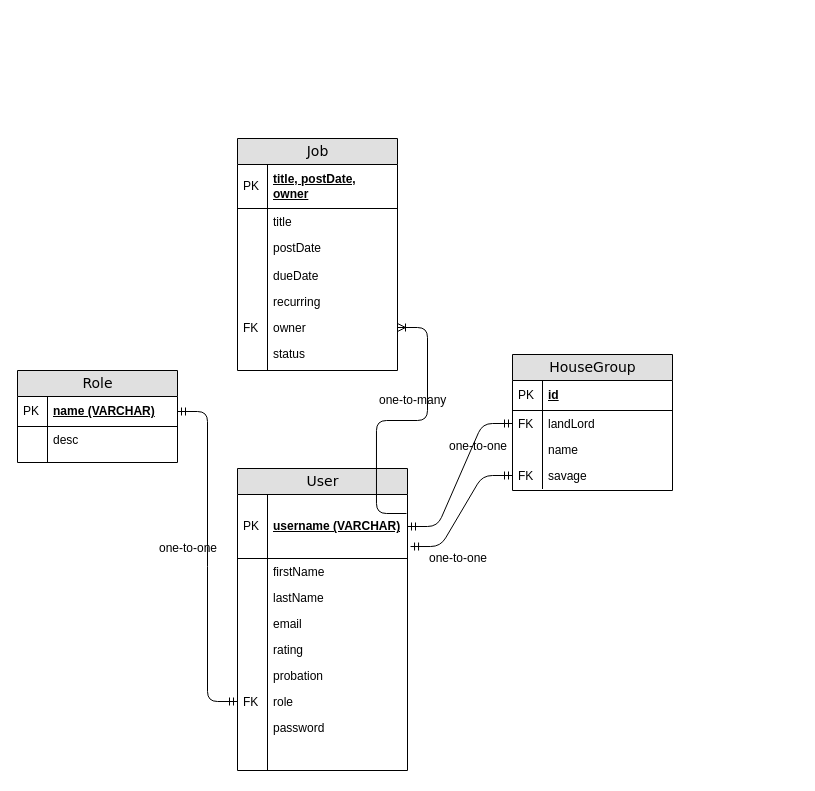
Before: documentation/Untitled Diagram.drawio in dsi28/savagez, a draw.io diagram. Source tidied: cells renumbered, new cells numbered last; positions are measured from the earlier drawing's top-left corner, leaving out a move shared by most shapes. Both pictures are drawn from the tidied source at 100%, with x=0, y=0 at pixel (17, 138).
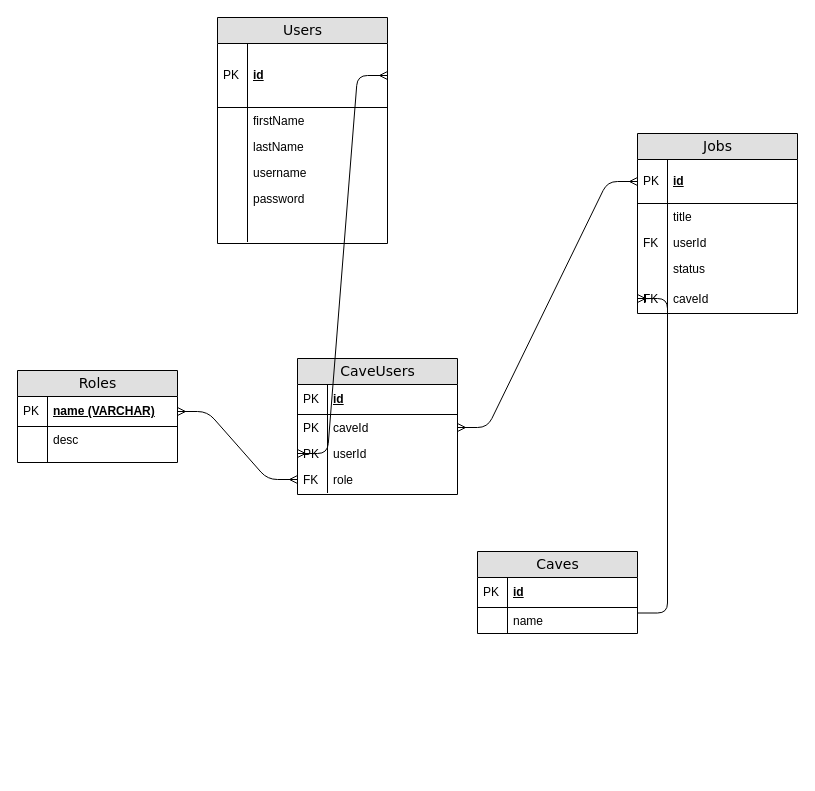
The same page after the edit.

Commit message (it also covers changes not shown here):
change seqeulize model associations. user-cave many to many using CaveUser. CaveUser-role one to one. user-job one to many. cave-job one to many.

Unchanged cells that the change refers to:
```xml
<mxCell id="46" value="name (VARCHAR)" style="shape=partialRectangle;top=0;left=0;right=0;bottom=1;html=1;align=left;verticalAlign=middle;fillColor=none;spacingLeft=34;spacingRight=4;whiteSpace=wrap;overflow=hidden;points=[[0,0.5],[1,0.5]];portConstraint=eastwest;fontStyle=5;" parent="45" vertex="1">
  <mxGeometry y="26" width="160" height="30" as="geometry" />
</mxCell>
```

What changed in the source:
```diff
@@
-    <mxCell id="2" value="HouseGroup" style="swimlane;html=1;fontStyle=0;horizontal=1;startSize=26;fillColor=#e0e0e0;swimlaneFillColor=#ffffff;align=center;rounded=0;shadow=0;comic=0;labelBackgroundColor=none;strokeColor=#000000;strokeWidth=1;fontFamily=Verdana;fontSize=14;fontColor=#000000;swimlaneLine=1;" parent="1" vertex="1">
-      <mxGeometry x="495" y="216" width="160" height="136" as="geometry" />
+    <mxCell id="2" value="Caves" style="swimlane;html=1;fontStyle=0;horizontal=1;startSize=26;fillColor=#e0e0e0;swimlaneFillColor=#ffffff;align=center;rounded=0;shadow=0;comic=0;labelBackgroundColor=none;strokeColor=#000000;strokeWidth=1;fontFamily=Verdana;fontSize=14;fontColor=#000000;swimlaneLine=1;" parent="1" vertex="1">
+      <mxGeometry x="460" y="413" width="160" height="82" as="geometry" />
     </mxCell>
@@
-    <mxCell id="5" value="landLord" style="shape=partialRectangle;top=0;left=0;right=0;bottom=0;html=1;align=left;verticalAlign=top;fillColor=none;spacingLeft=34;spacingRight=4;whiteSpace=wrap;overflow=hidden;points=[[0,0.5],[1,0.5]];portConstraint=eastwest;" parent="2" vertex="1">
-      <mxGeometry y="56" width="160" height="26" as="geometry" />
-    </mxCell>
-    <mxCell id="6" value="FK" style="shape=partialRectangle;top=0;left=0;bottom=0;html=1;fillColor=none;align=left;verticalAlign=top;spacingLeft=4;spacingRight=4;whiteSpace=wrap;overflow=hidden;" parent="5" vertex="1">
-      <mxGeometry width="30" height="26" as="geometry" />
-    </mxCell>
     <mxCell id="7" value="name" style="shape=partialRectangle;top=0;left=0;right=0;bottom=0;html=1;align=left;verticalAlign=top;fillColor=none;spacingLeft=34;spacingRight=4;whiteSpace=wrap;overflow=hidden;" parent="2" vertex="1">
-      <mxGeometry y="82" width="160" height="26" as="geometry" />
+      <mxGeometry y="56" width="160" height="26" as="geometry" />
     </mxCell>
@@
-    <mxCell id="9" value="savage" style="shape=partialRectangle;top=0;left=0;right=0;bottom=0;html=1;align=left;verticalAlign=top;fillColor=none;spacingLeft=34;spacingRight=4;whiteSpace=wrap;overflow=hidden;points=[[0,0.5],[1,0.5]];portConstraint=eastwest;" parent="2" vertex="1">
-      <mxGeometry y="108" width="160" height="26" as="geometry" />
-    </mxCell>
-    <mxCell id="10" value="FK" style="shape=partialRectangle;top=0;left=0;bottom=0;html=1;fillColor=none;align=left;verticalAlign=top;spacingLeft=4;spacingRight=4;whiteSpace=wrap;overflow=hidden;" parent="9" vertex="1">
-      <mxGeometry width="30" height="26" as="geometry" />
-    </mxCell>
-    <mxCell id="11" value="User" style="swimlane;html=1;fontStyle=0;horizontal=1;startSize=26;fillColor=#e0e0e0;swimlaneFillColor=#ffffff;align=center;rounded=0;shadow=0;comic=0;labelBackgroundColor=none;strokeColor=#000000;strokeWidth=1;fontFamily=Verdana;fontSize=14;fontColor=#000000;" parent="1" vertex="1">
-      <mxGeometry x="220" y="330" width="170" height="302" as="geometry" />
+    <mxCell id="11" value="Users" style="swimlane;html=1;fontStyle=0;horizontal=1;startSize=26;fillColor=#e0e0e0;swimlaneFillColor=#ffffff;align=center;rounded=0;shadow=0;comic=0;labelBackgroundColor=none;strokeColor=#000000;strokeWidth=1;fontFamily=Verdana;fontSize=14;fontColor=#000000;" parent="1" vertex="1">
+      <mxGeometry x="200" y="-121" width="170" height="226" as="geometry" />
     </mxCell>
-    <mxCell id="12" value="username (VARCHAR)" style="shape=partialRectangle;top=0;left=0;right=0;bottom=1;html=1;align=left;verticalAlign=middle;fillColor=none;spacingLeft=34;spacingRight=4;whiteSpace=wrap;overflow=hidden;points=[[0,0.5],[1,0.5]];portConstraint=eastwest;fontStyle=5;" parent="11" vertex="1">
+    <mxCell id="12" value="id" style="shape=partialRectangle;top=0;left=0;right=0;bottom=1;html=1;align=left;verticalAlign=middle;fillColor=none;spacingLeft=34;spacingRight=4;whiteSpace=wrap;overflow=hidden;points=[[0,0.5],[1,0.5]];portConstraint=eastwest;fontStyle=5;" parent="11" vertex="1">
       <mxGeometry y="26" width="170" height="64" as="geometry" />
     </mxCell>
@@
-    <mxCell id="18" value="email" style="shape=partialRectangle;top=0;left=0;right=0;bottom=0;html=1;align=left;verticalAlign=top;fillColor=none;spacingLeft=34;spacingRight=4;whiteSpace=wrap;overflow=hidden;" parent="11" vertex="1">
+    <mxCell id="18" value="username" style="shape=partialRectangle;top=0;left=0;right=0;bottom=0;html=1;align=left;verticalAlign=top;fillColor=none;spacingLeft=34;spacingRight=4;whiteSpace=wrap;overflow=hidden;" parent="11" vertex="1">
       <mxGeometry y="142" width="170" height="26" as="geometry" />
     </mxCell>
@@
-    <mxCell id="20" value="rating" style="shape=partialRectangle;top=0;left=0;right=0;bottom=0;html=1;align=left;verticalAlign=top;fillColor=none;spacingLeft=34;spacingRight=4;whiteSpace=wrap;overflow=hidden;" parent="11" vertex="1">
-      <mxGeometry y="168" width="170" height="26" as="geometry" />
-    </mxCell>
-    <mxCell id="21" style="shape=partialRectangle;top=0;left=0;bottom=0;html=1;fillColor=none;align=left;verticalAlign=top;spacingLeft=4;spacingRight=4;whiteSpace=wrap;overflow=hidden;" parent="20" vertex="1">
-      <mxGeometry width="30" height="26" as="geometry" />
-    </mxCell>
-    <mxCell id="22" value="probation" style="shape=partialRectangle;top=0;left=0;right=0;bottom=0;html=1;align=left;verticalAlign=top;fillColor=none;spacingLeft=34;spacingRight=4;whiteSpace=wrap;overflow=hidden;" parent="11" vertex="1">
-      <mxGeometry y="194" width="170" height="26" as="geometry" />
-    </mxCell>
-    <mxCell id="23" style="shape=partialRectangle;top=0;left=0;bottom=0;html=1;fillColor=none;align=left;verticalAlign=top;spacingLeft=4;spacingRight=4;whiteSpace=wrap;overflow=hidden;" parent="22" vertex="1">
-      <mxGeometry width="30" height="26" as="geometry" />
-    </mxCell>
-    <mxCell id="24" value="role" style="shape=partialRectangle;top=0;left=0;right=0;bottom=0;html=1;align=left;verticalAlign=top;fillColor=none;spacingLeft=34;spacingRight=4;whiteSpace=wrap;overflow=hidden;points=[[0,0.5],[1,0.5]];portConstraint=eastwest;" parent="11" vertex="1">
-      <mxGeometry y="220" width="170" height="26" as="geometry" />
-    </mxCell>
-    <mxCell id="25" value="FK" style="shape=partialRectangle;top=0;left=0;bottom=0;html=1;fillColor=none;align=left;verticalAlign=top;spacingLeft=4;spacingRight=4;whiteSpace=wrap;overflow=hidden;" parent="24" vertex="1">
-      <mxGeometry width="30" height="26" as="geometry" />
-    </mxCell>
     <mxCell id="26" value="password" style="shape=partialRectangle;top=0;left=0;right=0;bottom=0;html=1;align=left;verticalAlign=top;fillColor=none;spacingLeft=34;spacingRight=4;whiteSpace=wrap;overflow=hidden;" parent="11" vertex="1">
-      <mxGeometry y="246" width="170" height="56" as="geometry" />
+      <mxGeometry y="168" width="170" height="56" as="geometry" />
     </mxCell>
@@
-    <mxCell id="28" value="Job" style="swimlane;html=1;fontStyle=0;horizontal=1;startSize=26;fillColor=#e0e0e0;swimlaneFillColor=#ffffff;align=center;rounded=0;shadow=0;comic=0;labelBackgroundColor=none;strokeColor=#000000;strokeWidth=1;fontFamily=Verdana;fontSize=14;fontColor=#000000;" parent="1" vertex="1">
-      <mxGeometry x="220" width="160" height="232" as="geometry" />
+    <mxCell id="28" value="Jobs" style="swimlane;html=1;fontStyle=0;horizontal=1;startSize=26;fillColor=#e0e0e0;swimlaneFillColor=#ffffff;align=center;rounded=0;shadow=0;comic=0;labelBackgroundColor=none;strokeColor=#000000;strokeWidth=1;fontFamily=Verdana;fontSize=14;fontColor=#000000;" parent="1" vertex="1">
+      <mxGeometry x="620" y="-5" width="160" height="180" as="geometry" />
     </mxCell>
-    <mxCell id="29" value="title, postDate, owner" style="shape=partialRectangle;top=0;left=0;right=0;bottom=1;html=1;align=left;verticalAlign=middle;fillColor=none;spacingLeft=34;spacingRight=4;whiteSpace=wrap;overflow=hidden;points=[[0,0.5],[1,0.5]];portConstraint=eastwest;fontStyle=5;" parent="28" vertex="1">
+    <mxCell id="29" value="id" style="shape=partialRectangle;top=0;left=0;right=0;bottom=1;html=1;align=left;verticalAlign=middle;fillColor=none;spacingLeft=34;spacingRight=4;whiteSpace=wrap;overflow=hidden;points=[[0,0.5],[1,0.5]];portConstraint=eastwest;fontStyle=5;" parent="28" vertex="1">
       <mxGeometry y="26" width="160" height="44" as="geometry" />
     </mxCell>
@@
-    <mxCell id="33" value="postDate" style="shape=partialRectangle;top=0;left=0;right=0;bottom=0;html=1;align=left;verticalAlign=top;fillColor=none;spacingLeft=34;spacingRight=4;whiteSpace=wrap;overflow=hidden;" parent="28" vertex="1">
-      <mxGeometry y="96" width="160" height="28" as="geometry" />
-    </mxCell>
-    <mxCell id="34" style="shape=partialRectangle;top=0;left=0;bottom=0;html=1;fillColor=none;align=left;verticalAlign=top;spacingLeft=4;spacingRight=4;whiteSpace=wrap;overflow=hidden;" parent="33" vertex="1">
-      <mxGeometry width="30" height="28" as="geometry" />
-    </mxCell>
-    <mxCell id="35" value="dueDate" style="shape=partialRectangle;top=0;left=0;right=0;bottom=0;html=1;align=left;verticalAlign=top;fillColor=none;spacingLeft=34;spacingRight=4;whiteSpace=wrap;overflow=hidden;" parent="28" vertex="1">
-      <mxGeometry y="124" width="160" height="26" as="geometry" />
-    </mxCell>
-    <mxCell id="36" style="shape=partialRectangle;top=0;left=0;bottom=0;html=1;fillColor=none;align=left;verticalAlign=top;spacingLeft=4;spacingRight=4;whiteSpace=wrap;overflow=hidden;" parent="35" vertex="1">
-      <mxGeometry width="30" height="26" as="geometry" />
-    </mxCell>
-    <mxCell id="37" value="recurring" style="shape=partialRectangle;top=0;left=0;right=0;bottom=0;html=1;align=left;verticalAlign=top;fillColor=none;spacingLeft=34;spacingRight=4;whiteSpace=wrap;overflow=hidden;" parent="28" vertex="1">
-      <mxGeometry y="150" width="160" height="26" as="geometry" />
-    </mxCell>
-    <mxCell id="38" style="shape=partialRectangle;top=0;left=0;bottom=0;html=1;fillColor=none;align=left;verticalAlign=top;spacingLeft=4;spacingRight=4;whiteSpace=wrap;overflow=hidden;" parent="37" vertex="1">
-      <mxGeometry width="30" height="26" as="geometry" />
-    </mxCell>
-    <mxCell id="39" value="owner" style="shape=partialRectangle;top=0;left=0;right=0;bottom=0;html=1;align=left;verticalAlign=top;fillColor=none;spacingLeft=34;spacingRight=4;whiteSpace=wrap;overflow=hidden;points=[[0,0.5],[1,0.5]];portConstraint=eastwest;" parent="28" vertex="1">
-      <mxGeometry y="176" width="160" height="26" as="geometry" />
+    <mxCell id="39" value="userId" style="shape=partialRectangle;top=0;left=0;right=0;bottom=0;html=1;align=left;verticalAlign=top;fillColor=none;spacingLeft=34;spacingRight=4;whiteSpace=wrap;overflow=hidden;points=[[0,0.5],[1,0.5]];portConstraint=eastwest;" parent="28" vertex="1">
+      <mxGeometry y="96" width="160" height="26" as="geometry" />
     </mxCell>
@@
     <mxCell id="41" value="status" style="shape=partialRectangle;top=0;left=0;right=0;bottom=0;html=1;align=left;verticalAlign=top;fillColor=none;spacingLeft=34;spacingRight=4;whiteSpace=wrap;overflow=hidden;" parent="28" vertex="1">
-      <mxGeometry y="202" width="160" height="26" as="geometry" />
+      <mxGeometry y="122" width="160" height="26" as="geometry" />
     </mxCell>
@@
     <mxCell id="43" style="shape=partialRectangle;top=0;left=0;right=0;bottom=0;html=1;align=left;verticalAlign=top;fillColor=none;spacingLeft=34;spacingRight=4;whiteSpace=wrap;overflow=hidden;" parent="28" vertex="1">
-      <mxGeometry y="228" width="160" height="4" as="geometry" />
+      <mxGeometry y="148" width="160" height="4" as="geometry" />
     </mxCell>
@@
+    <mxCell id="60" value="caveId" style="shape=partialRectangle;top=0;left=0;right=0;bottom=0;html=1;align=left;verticalAlign=top;fillColor=none;spacingLeft=34;spacingRight=4;whiteSpace=wrap;overflow=hidden;points=[[0,0.5],[1,0.5]];portConstraint=eastwest;" parent="28" vertex="1">
+      <mxGeometry y="152" width="160" height="26" as="geometry" />
+    </mxCell>
+    <mxCell id="61" value="FK" style="shape=partialRectangle;top=0;left=0;bottom=0;html=1;fillColor=none;align=left;verticalAlign=top;spacingLeft=4;spacingRight=4;whiteSpace=wrap;overflow=hidden;" parent="60" vertex="1">
+      <mxGeometry width="30" height="26" as="geometry" />
+    </mxCell>
-    <mxCell id="45" value="Role" style="swimlane;html=1;fontStyle=0;horizontal=1;startSize=26;fillColor=#e0e0e0;swimlaneFillColor=#ffffff;align=center;rounded=0;shadow=0;comic=0;labelBackgroundColor=none;strokeColor=#000000;strokeWidth=1;fontFamily=Verdana;fontSize=14;fontColor=#000000;" parent="1" vertex="1">
+    <mxCell id="45" value="Roles" style="swimlane;html=1;fontStyle=0;horizontal=1;startSize=26;fillColor=#e0e0e0;swimlaneFillColor=#ffffff;align=center;rounded=0;shadow=0;comic=0;labelBackgroundColor=none;strokeColor=#000000;strokeWidth=1;fontFamily=Verdana;fontSize=14;fontColor=#000000;" parent="1" vertex="1">
       <mxGeometry y="232" width="160" height="92" as="geometry" />
     </mxCell>
@@
+    <mxCell id="62" value="CaveUsers" style="swimlane;html=1;fontStyle=0;horizontal=1;startSize=26;fillColor=#e0e0e0;swimlaneFillColor=#ffffff;align=center;rounded=0;shadow=0;comic=0;labelBackgroundColor=none;strokeColor=#000000;strokeWidth=1;fontFamily=Verdana;fontSize=14;fontColor=#000000;swimlaneLine=1;" parent="1" vertex="1">
+      <mxGeometry x="280" y="220" width="160" height="136" as="geometry" />
+    </mxCell>
+    <mxCell id="63" value="id" style="shape=partialRectangle;top=0;left=0;right=0;bottom=1;html=1;align=left;verticalAlign=middle;fillColor=none;spacingLeft=34;spacingRight=4;whiteSpace=wrap;overflow=hidden;fontStyle=5;" parent="62" vertex="1">
+      <mxGeometry y="26" width="160" height="30" as="geometry" />
+    </mxCell>
+    <mxCell id="64" value="PK" style="shape=partialRectangle;top=0;left=0;bottom=0;html=1;fillColor=none;align=left;verticalAlign=middle;spacingLeft=4;spacingRight=4;whiteSpace=wrap;overflow=hidden;" parent="63" vertex="1">
+      <mxGeometry width="30" height="30" as="geometry" />
+    </mxCell>
+    <mxCell id="65" value="caveId" style="shape=partialRectangle;top=0;left=0;right=0;bottom=0;html=1;align=left;verticalAlign=top;fillColor=none;spacingLeft=34;spacingRight=4;whiteSpace=wrap;overflow=hidden;points=[[0,0.5],[1,0.5]];portConstraint=eastwest;" parent="62" vertex="1">
+      <mxGeometry y="56" width="160" height="26" as="geometry" />
+    </mxCell>
+    <mxCell id="66" value="PK" style="shape=partialRectangle;top=0;left=0;bottom=0;html=1;fillColor=none;align=left;verticalAlign=top;spacingLeft=4;spacingRight=4;whiteSpace=wrap;overflow=hidden;" parent="65" vertex="1">
+      <mxGeometry width="30" height="26" as="geometry" />
+    </mxCell>
+    <mxCell id="67" value="userId" style="shape=partialRectangle;top=0;left=0;right=0;bottom=0;html=1;align=left;verticalAlign=top;fillColor=none;spacingLeft=34;spacingRight=4;whiteSpace=wrap;overflow=hidden;points=[[0,0.5],[1,0.5]];portConstraint=eastwest;" parent="62" vertex="1">
+      <mxGeometry y="82" width="160" height="26" as="geometry" />
+    </mxCell>
+    <mxCell id="68" value="PK" style="shape=partialRectangle;top=0;left=0;bottom=0;html=1;fillColor=none;align=left;verticalAlign=top;spacingLeft=4;spacingRight=4;whiteSpace=wrap;overflow=hidden;" parent="67" vertex="1">
+      <mxGeometry width="30" height="26" as="geometry" />
+    </mxCell>
+    <mxCell id="24" value="role" style="shape=partialRectangle;top=0;left=0;right=0;bottom=0;html=1;align=left;verticalAlign=top;fillColor=none;spacingLeft=34;spacingRight=4;whiteSpace=wrap;overflow=hidden;points=[[0,0.5],[1,0.5]];portConstraint=eastwest;" parent="62" vertex="1">
+      <mxGeometry y="108" width="160" height="26" as="geometry" />
+    </mxCell>
+    <mxCell id="69" value="FK" style="shape=partialRectangle;top=0;left=0;bottom=0;html=1;fillColor=none;align=left;verticalAlign=top;spacingLeft=4;spacingRight=4;whiteSpace=wrap;overflow=hidden;" parent="24" vertex="1">
+      <mxGeometry width="30" height="26" as="geometry" />
+    </mxCell>
-    <mxCell id="52" style="edgeStyle=entityRelationEdgeStyle;fontSize=12;html=1;endArrow=ERmandOne;startArrow=ERmandOne;entryX=0;entryY=0.5;entryDx=0;entryDy=0;exitX=1;exitY=0.5;exitDx=0;exitDy=0;" parent="1" edge="1" source="46" target="24">
+    <mxCell id="52" style="edgeStyle=entityRelationEdgeStyle;fontSize=12;html=1;endArrow=ERmany;startArrow=ERmany;entryX=0;entryY=0.5;entryDx=0;entryDy=0;exitX=1;exitY=0.5;exitDx=0;exitDy=0;" parent="1" edge="1" source="46" target="24">
       <mxGeometry relative="1" as="geometry" />
     </mxCell>
-    <mxCell id="53" style="edgeStyle=entityRelationEdgeStyle;fontSize=12;html=1;endArrow=ERmandOne;startArrow=ERmandOne;entryX=0;entryY=0.5;entryDx=0;entryDy=0;exitX=1;exitY=0.5;exitDx=0;exitDy=0;" parent="1" edge="1" source="12" target="5">
-      <mxGeometry relative="1" as="geometry" />
-    </mxCell>
-    <mxCell id="54" style="edgeStyle=entityRelationEdgeStyle;fontSize=12;html=1;endArrow=ERmandOne;startArrow=ERmandOne;entryX=0;entryY=0.5;entryDx=0;entryDy=0;exitX=1.018;exitY=0.813;exitDx=0;exitDy=0;exitPerimeter=0;" parent="1" edge="1" source="12" target="9">
-      <mxGeometry relative="1" as="geometry" />
-    </mxCell>
-    <mxCell id="55" style="edgeStyle=entityRelationEdgeStyle;fontSize=12;html=1;endArrow=ERoneToMany;exitX=0.994;exitY=0.297;exitDx=0;exitDy=0;exitPerimeter=0;entryX=1;entryY=0.5;entryDx=0;entryDy=0;" parent="1" edge="1" source="12" target="39">
-      <mxGeometry relative="1" as="geometry" />
-    </mxCell>
-    <mxCell id="56" value="one-to-one" style="text;html=1;align=left;verticalAlign=top;spacingTop=-4;" parent="1" vertex="1">
-      <mxGeometry x="140" y="400" width="80" height="20" as="geometry" />
-    </mxCell>
-    <mxCell id="57" value="one-to-one" style="text;html=1;align=left;verticalAlign=top;spacingTop=-4;" parent="1" vertex="1">
-      <mxGeometry x="410" y="410" width="80" height="20" as="geometry" />
-    </mxCell>
-    <mxCell id="58" value="one-to-one" style="text;html=1;align=left;verticalAlign=top;spacingTop=-4;" parent="1" vertex="1">
-      <mxGeometry x="430" y="298" width="80" height="20" as="geometry" />
-    </mxCell>
-    <mxCell id="59" value="one-to-many" style="text;html=1;align=left;verticalAlign=top;spacingTop=-4;" parent="1" vertex="1">
-      <mxGeometry x="360" y="252" width="80" height="20" as="geometry" />
-    </mxCell>
+    <mxCell id="70" style="edgeStyle=entityRelationEdgeStyle;fontSize=12;html=1;endArrow=ERmany;startArrow=ERmany;entryX=0;entryY=0.5;entryDx=0;entryDy=0;exitX=1;exitY=0.5;exitDx=0;exitDy=0;" parent="1" edge="1" source="12" target="67">
+      <mxGeometry relative="1" as="geometry" />
+    </mxCell>
+    <mxCell id="71" style="edgeStyle=entityRelationEdgeStyle;fontSize=12;html=1;endArrow=ERmany;startArrow=ERmany;entryX=0;entryY=0.5;entryDx=0;entryDy=0;exitX=1;exitY=0.5;exitDx=0;exitDy=0;" parent="1" edge="1" source="65" target="29">
+      <mxGeometry relative="1" as="geometry" />
+    </mxCell>
+    <mxCell id="72" style="edgeStyle=entityRelationEdgeStyle;fontSize=12;html=1;endArrow=ERoneToMany;exitX=1;exitY=0.75;exitDx=0;exitDy=0;entryX=0;entryY=0.5;entryDx=0;entryDy=0;" parent="1" edge="1" source="2" target="60">
+      <mxGeometry relative="1" as="geometry" />
+    </mxCell>
```
